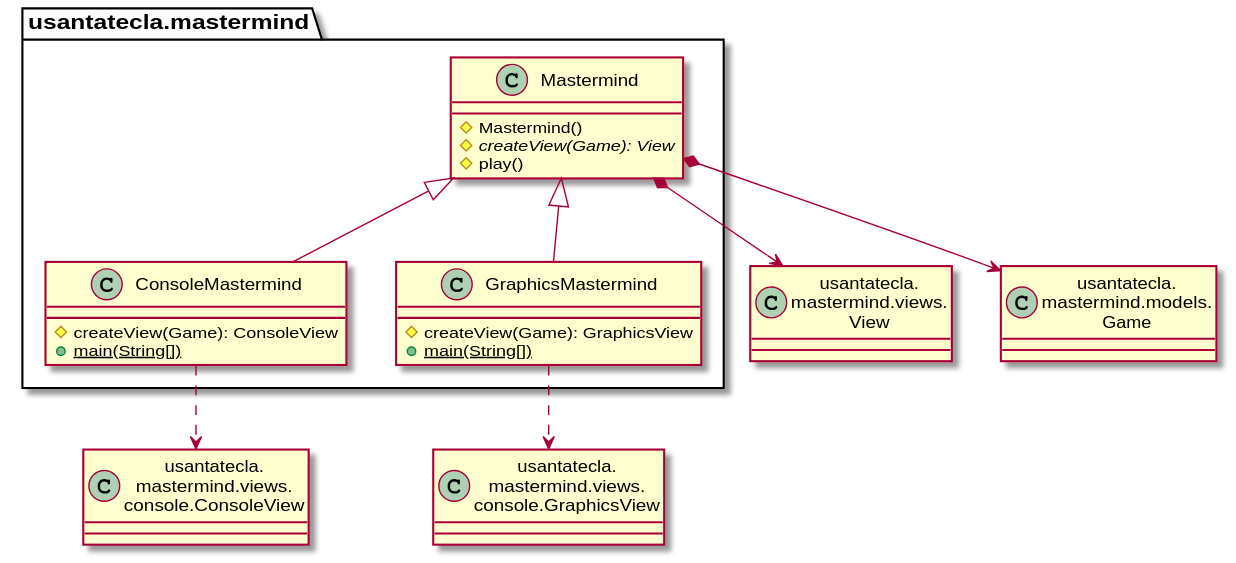
Above: documentView/withFactoryMethod/docs/diagrams/out/paquetes/usantatecla.mastermind.svg in SantaTecla-mastermind/solution.java.swing.socket.sql (PlantUML), before the change. The source it was exported from:
```plantuml
@startuml
class View as "usantatecla.\nmastermind.views.\nView"
Class Game as "usantatecla.\nmastermind.models.\nGame"
class ConsoleView as "usantatecla.\nmastermind.views.\nconsole.ConsoleView"
class GraphicsView as "usantatecla.\nmastermind.views.\nconsole.GraphicsView"

class  usantatecla.mastermind.Mastermind{
    # Mastermind()
    # {abstract} createView(Game): View
    # play()
}
usantatecla.mastermind.Mastermind *-down-> View
usantatecla.mastermind.Mastermind *-down-> Game

class  usantatecla.mastermind.ConsoleMastermind{
    # createView(Game): ConsoleView
    + {static} main(String[])
}
usantatecla.mastermind.ConsoleMastermind -up-|> usantatecla.mastermind.Mastermind
usantatecla.mastermind.ConsoleMastermind ..> ConsoleView

class  usantatecla.mastermind.GraphicsMastermind{
# createView(Game): GraphicsView
+ {static} main(String[])
}
usantatecla.mastermind.GraphicsMastermind -up-|> usantatecla.mastermind.Mastermind
usantatecla.mastermind.GraphicsMastermind ..> GraphicsView
@enduml
```
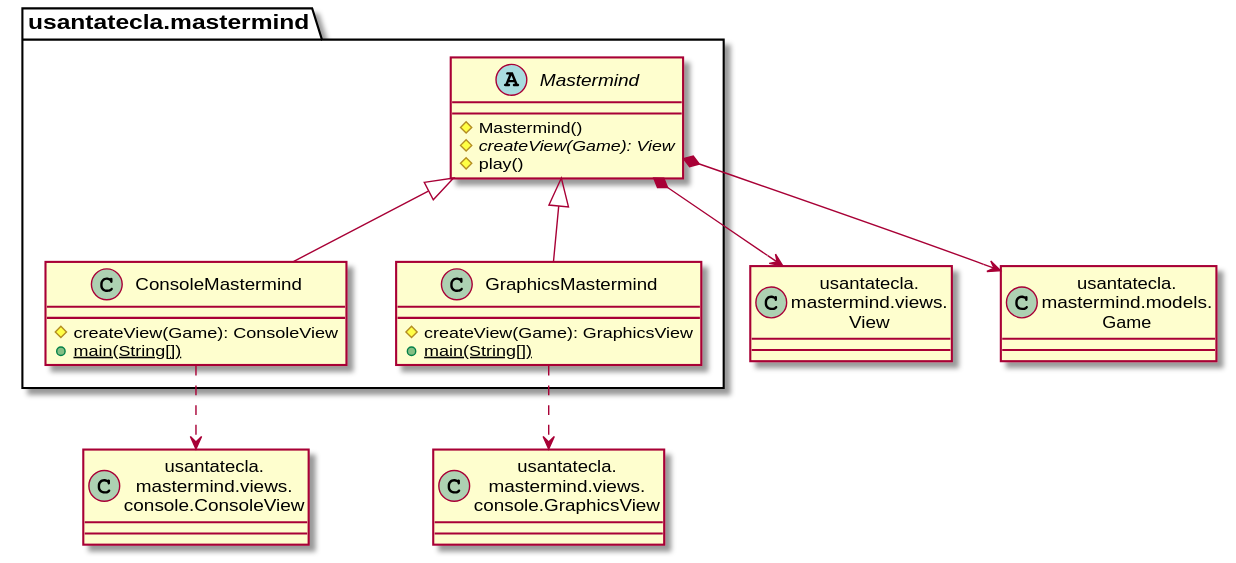
Later version of the same file.

What changed in the source:
```diff
@@ -4,7 +4,7 @@
 class ConsoleView as "usantatecla.\nmastermind.views.\nconsole.ConsoleView"
 class GraphicsView as "usantatecla.\nmastermind.views.\nconsole.GraphicsView"
 
-class  usantatecla.mastermind.Mastermind{
+abstract class  usantatecla.mastermind.Mastermind{
     # Mastermind()
     # {abstract} createView(Game): View
     # play()
```
